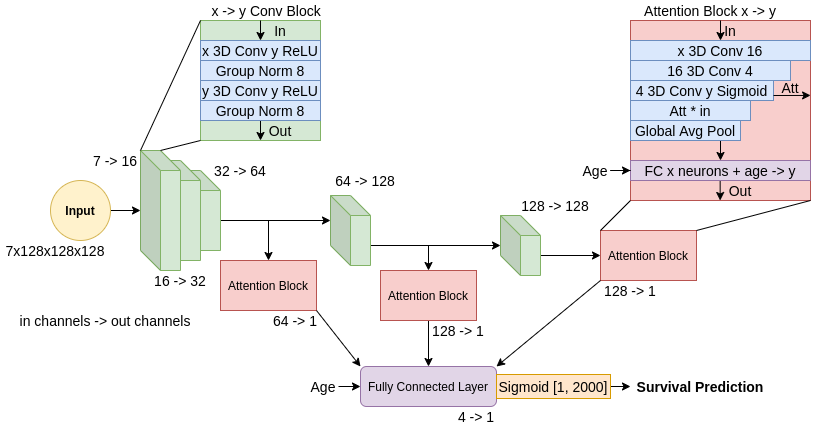
The draw.io diagram assets/img/cnn3dattarch.png in dscarmo/IA368X_Diedre_Joany_Leard, before a commit. Source tidied: cells renumbered, new cells last; positions are measured from the earlier drawing's top-left corner, leaving out a move shared by most shapes.
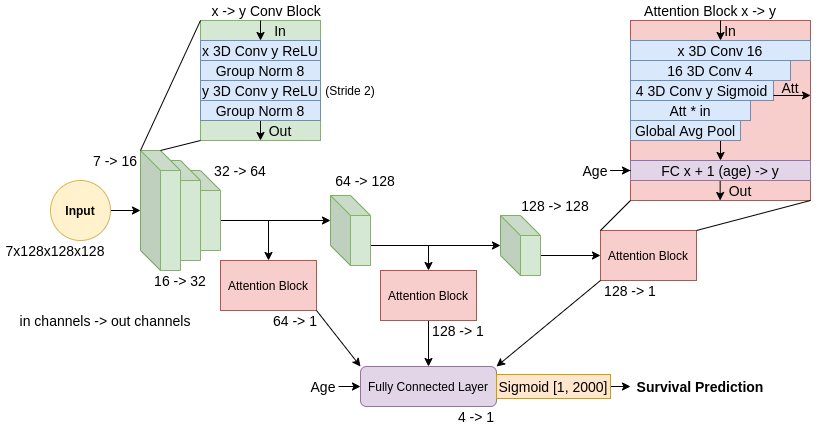
After the commit.

The edit, as a diff of the source:
```diff
@@ -137,7 +137,7 @@
     <mxCell id="45" value="Global Avg Pool" style="rounded=0;whiteSpace=wrap;html=1;fontSize=14;fillColor=#dae8fc;strokeColor=#6c8ebf;" parent="1" vertex="1">
       <mxGeometry x="630" y="120" width="110" height="20" as="geometry" />
     </mxCell>
-    <mxCell id="46" value="FC x neurons + age -&amp;gt; y" style="rounded=0;whiteSpace=wrap;html=1;fontSize=14;fillColor=#e1d5e7;strokeColor=#9673a6;" parent="1" vertex="1">
+    <mxCell id="46" value="FC x + 1 (age) -&amp;gt; y" style="rounded=0;whiteSpace=wrap;html=1;fontSize=14;fillColor=#e1d5e7;strokeColor=#9673a6;" parent="1" vertex="1">
       <mxGeometry x="630" y="160" width="180" height="20" as="geometry" />
     </mxCell>
     <mxCell id="47" style="edgeStyle=orthogonalEdgeStyle;rounded=0;jettySize=auto;html=1;exitX=0.5;exitY=0;exitDx=0;exitDy=0;entryX=0.5;entryY=0;entryDx=0;entryDy=0;fontSize=14;" parent="1" edge="1" source="2" target="57">
@@ -203,5 +203,8 @@
     <mxCell id="67" value="7x128x128x128" style="text;html=1;strokeColor=none;fillColor=none;align=center;verticalAlign=middle;whiteSpace=wrap;rounded=0;fontSize=14;" parent="1" vertex="1">
       <mxGeometry y="240" width="110" height="20" as="geometry" />
     </mxCell>
+    <mxCell id="68" value="(Stride 2)" style="text;html=1;strokeColor=none;fillColor=none;align=center;verticalAlign=middle;whiteSpace=wrap;rounded=0;" parent="1" vertex="1">
+      <mxGeometry x="320" y="80" width="60" height="20" as="geometry" />
+    </mxCell>
   </root>
 </mxGraphModel>
```
